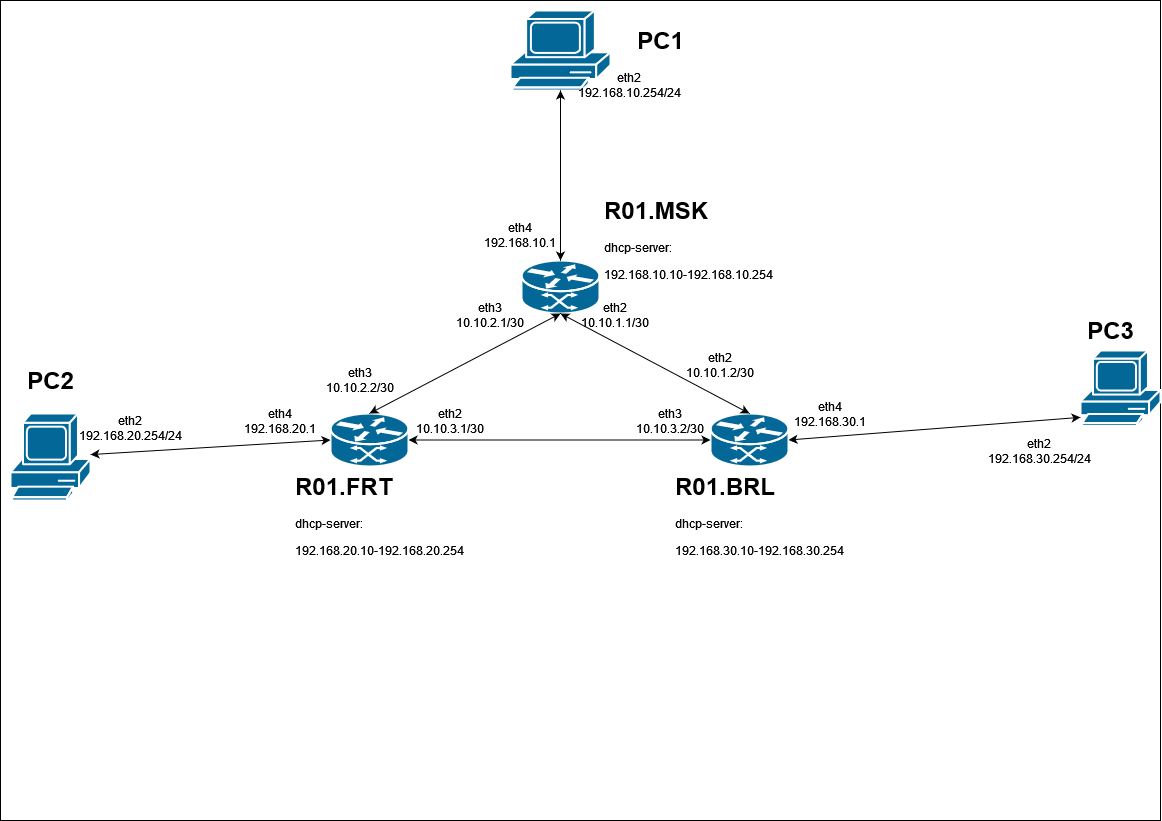
The draw.io diagram lab2/Диаграмма без названия.drawio.png in fiji6479/2022_2023-introduction_in_routing-k33212-Gomzyakov_A, before a commit. Source tidied: cells renumbered, new cells last; positions are measured from the earlier drawing's top-left corner, leaving out a move shared by most shapes.
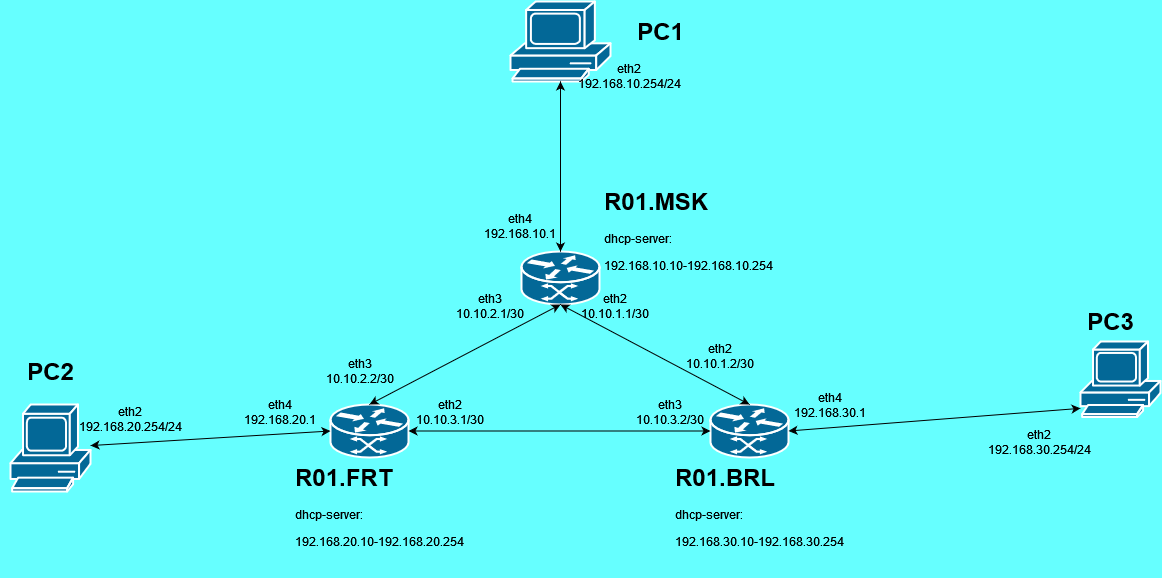
The same file after the commit.

The edit, as a diff of the source:
```diff
@@ -1,10 +1,7 @@
-<mxGraphModel background="#ffffff">
+<mxGraphModel background="#66FFFF">
   <root>
     <mxCell id="0" />
     <mxCell id="1" parent="0" />
-    <mxCell id="2" style="rounded=0;whiteSpace=wrap;html=1;" parent="1" vertex="1">
-      <mxGeometry width="1160" height="820" as="geometry" />
-    </mxCell>
     <mxCell id="3" style="shape=mxgraph.cisco.routers.atm_router;sketch=0;html=1;dashed=0;fillColor=#036897;strokeColor=#ffffff;strokeWidth=2;verticalLabelPosition=bottom;verticalAlign=top;align=center;outlineConnect=0;" parent="1" vertex="1">
       <mxGeometry x="521" y="260" width="78" height="53" as="geometry" />
     </mxCell>
```
